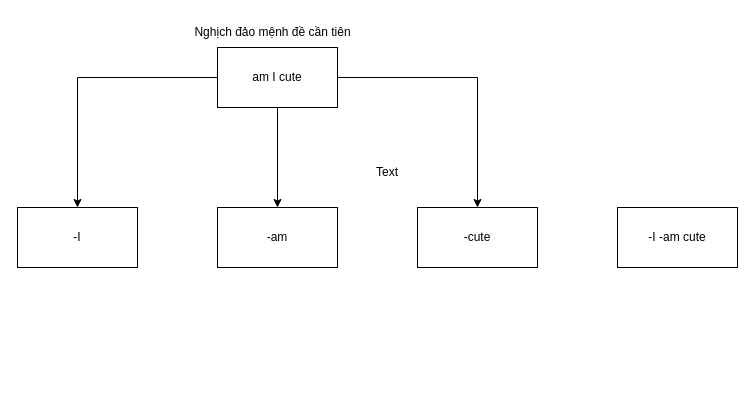
The draw.io diagram rainbow logic.drawio in frozenproof/dactaphanmem, before the edit. Source tidied: cells renumbered, new cells numbered last; positions are measured from the earlier drawing's top-left corner, leaving out a move shared by most shapes. Both pictures are drawn from the tidied source at 100%, with x=0, y=0 at pixel (17, 17).
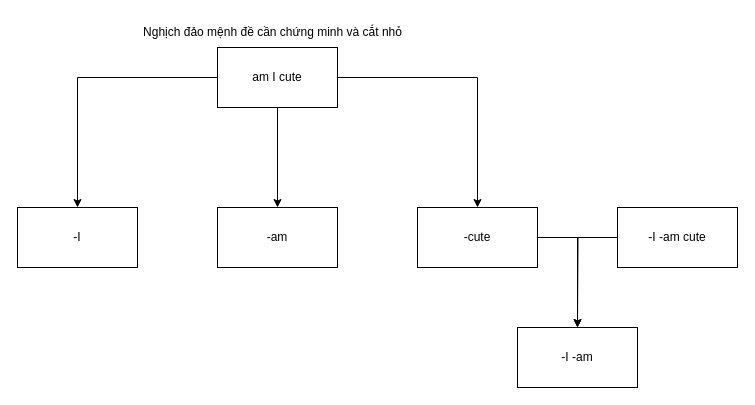
The same diagram, later.

The edit, as a diff of the source:
```diff
@@
 <mxGraphModel>
   <root>
     <mxCell id="0" />
     <mxCell id="1" parent="0" />
     <mxCell id="2" style="edgeStyle=orthogonalEdgeStyle;rounded=0;jettySize=auto;html=1;" parent="1" edge="1" source="5" target="9">
       <mxGeometry relative="1" as="geometry" />
     </mxCell>
     <mxCell id="3" style="edgeStyle=orthogonalEdgeStyle;rounded=0;jettySize=auto;html=1;" parent="1" edge="1" source="5" target="7">
       <mxGeometry relative="1" as="geometry" />
     </mxCell>
     <mxCell id="4" style="edgeStyle=orthogonalEdgeStyle;rounded=0;jettySize=auto;html=1;" parent="1" edge="1" source="5" target="8">
       <mxGeometry relative="1" as="geometry" />
     </mxCell>
     <mxCell id="5" value="am I cute" style="rounded=0;whiteSpace=wrap;html=1;" parent="1" vertex="1">
       <mxGeometry x="200" y="30" width="120" height="60" as="geometry" />
     </mxCell>
+    <mxCell id="12" style="edgeStyle=orthogonalEdgeStyle;rounded=0;jettySize=auto;html=1;entryX=0.5;entryY=0;entryDx=0;entryDy=0;" parent="1" edge="1" source="6" target="14">
+      <mxGeometry relative="1" as="geometry">
+        <Array as="points">
+          <mxPoint x="560" y="220" />
+        </Array>
+      </mxGeometry>
+    </mxCell>
     <mxCell id="6" value="-I -am cute" style="rounded=0;whiteSpace=wrap;html=1;" parent="1" vertex="1">
       <mxGeometry x="600" y="190" width="120" height="60" as="geometry" />
     </mxCell>
     <mxCell id="7" value="-am" style="rounded=0;whiteSpace=wrap;html=1;" parent="1" vertex="1">
       <mxGeometry x="200" y="190" width="120" height="60" as="geometry" />
     </mxCell>
+    <mxCell id="13" style="edgeStyle=orthogonalEdgeStyle;rounded=0;jettySize=auto;html=1;" parent="1" edge="1" source="8">
+      <mxGeometry relative="1" as="geometry">
+        <mxPoint x="560" y="310" as="targetPoint" />
+      </mxGeometry>
+    </mxCell>
     <mxCell id="8" value="-cute" style="rounded=0;whiteSpace=wrap;html=1;" parent="1" vertex="1">
       <mxGeometry x="400" y="190" width="120" height="60" as="geometry" />
     </mxCell>
     <mxCell id="9" value="-I" style="rounded=0;whiteSpace=wrap;html=1;" parent="1" vertex="1">
       <mxGeometry y="190" width="120" height="60" as="geometry" />
     </mxCell>
-    <mxCell id="10" value="Text" style="text;html=1;strokeColor=none;fillColor=none;align=center;verticalAlign=middle;whiteSpace=wrap;rounded=0;" parent="1" vertex="1">
-      <mxGeometry x="340" y="140" width="60" height="30" as="geometry" />
-    </mxCell>
-    <mxCell id="11" value="Nghịch đảo mệnh đề cần tiên" style="text;html=1;align=center;verticalAlign=middle;strokeColor=none;fillColor=none;" parent="1" vertex="1">
-      <mxGeometry x="165" width="180" height="30" as="geometry" />
+    <mxCell id="11" value="Nghịch đảo mệnh đề cần chứng minh và cắt nhỏ" style="text;html=1;align=center;verticalAlign=middle;strokeColor=none;fillColor=none;" parent="1" vertex="1">
+      <mxGeometry x="115" width="280" height="30" as="geometry" />
     </mxCell>
+    <mxCell id="14" value="-I -am" style="rounded=0;whiteSpace=wrap;html=1;" parent="1" vertex="1">
+      <mxGeometry x="500" y="310" width="120" height="60" as="geometry" />
+    </mxCell>
   </root>
 </mxGraphModel>
```
